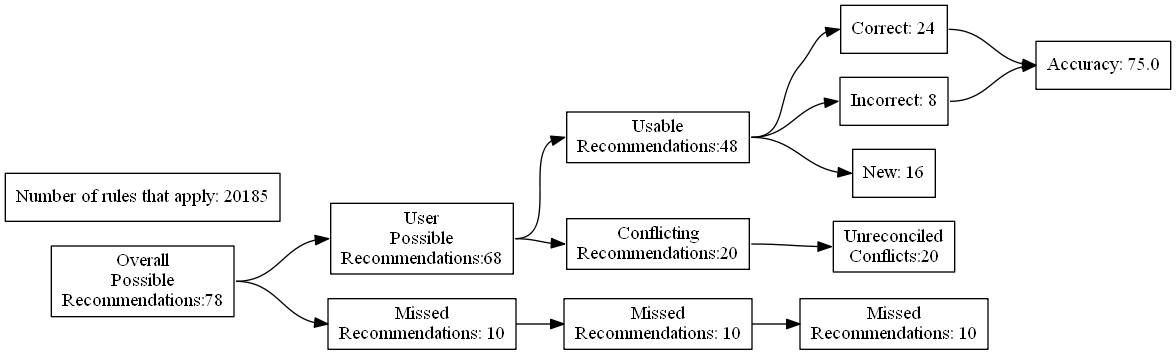
This is test_renders/57.gv.png from ZaxR/ibd_diet_analysis, a Graphviz export, as it was before one commit. Its source is kept beside it as test_renders/57.gv. Source of this version:
```dot
digraph {
	graph [rankdir=LR]
	node [pos=r shape=box]
	edge [headport=w tailport=e]
		A [label="Overall
Possible
Recommendations:78"]
		B [label="User
Possible
Recommendations:68"]
		C [label="Missed
Recommendations: 10"]
		D [label="Usable
Recommendations:48"]
		E [label="Conflicting
Recommendations:20"]
		J [label="Missed
Recommendations: 10"]
		M [label="Unreconciled
Conflicts:20"]
		F [label="Correct: 24"]
		G [label="Incorrect: 8"]
		H [label="New: 16"]
		K [label="Missed
Recommendations: 10"]
		I [label="Accuracy: 75.0"]
		l [label="Number of rules that apply: 20185"]
			A -> B
			A -> C
			B -> D
			B -> E
			D -> F
			D -> G
			D -> H
			F -> I
			G -> I
			C -> J
			J -> K
			E -> M
}
```
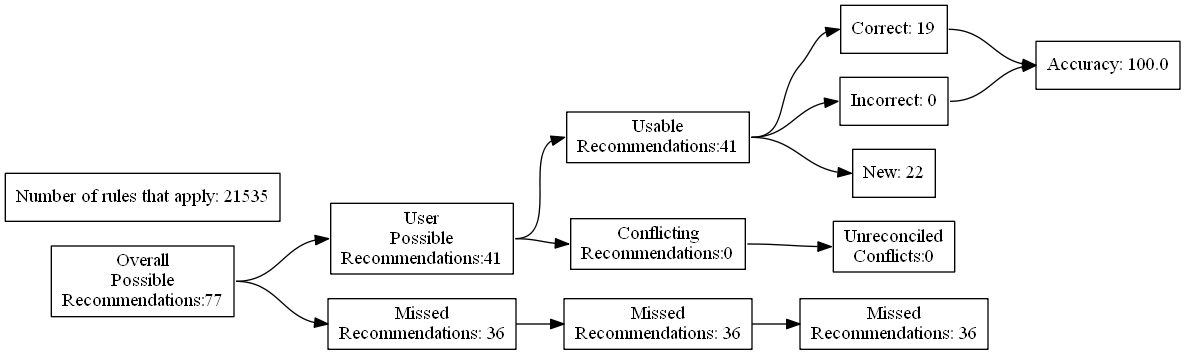
The same diagram one commit later.

Diff of the diagram source:
```diff
@@ -4,27 +4,27 @@
 	edge [headport=w tailport=e]
 		A [label="Overall
 Possible
-Recommendations:78"]
+Recommendations:77"]
 		B [label="User
 Possible
-Recommendations:68"]
+Recommendations:41"]
 		C [label="Missed
-Recommendations: 10"]
+Recommendations: 36"]
 		D [label="Usable
-Recommendations:48"]
+Recommendations:41"]
 		E [label="Conflicting
-Recommendations:20"]
+Recommendations:0"]
 		J [label="Missed
-Recommendations: 10"]
+Recommendations: 36"]
 		M [label="Unreconciled
-Conflicts:20"]
-		F [label="Correct: 24"]
-		G [label="Incorrect: 8"]
-		H [label="New: 16"]
+Conflicts:0"]
+		F [label="Correct: 19"]
+		G [label="Incorrect: 0"]
+		H [label="New: 22"]
 		K [label="Missed
-Recommendations: 10"]
-		I [label="Accuracy: 75.0"]
-		l [label="Number of rules that apply: 20185"]
+Recommendations: 36"]
+		I [label="Accuracy: 100.0"]
+		l [label="Number of rules that apply: 21535"]
 			A -> B
 			A -> C
 			B -> D
```
